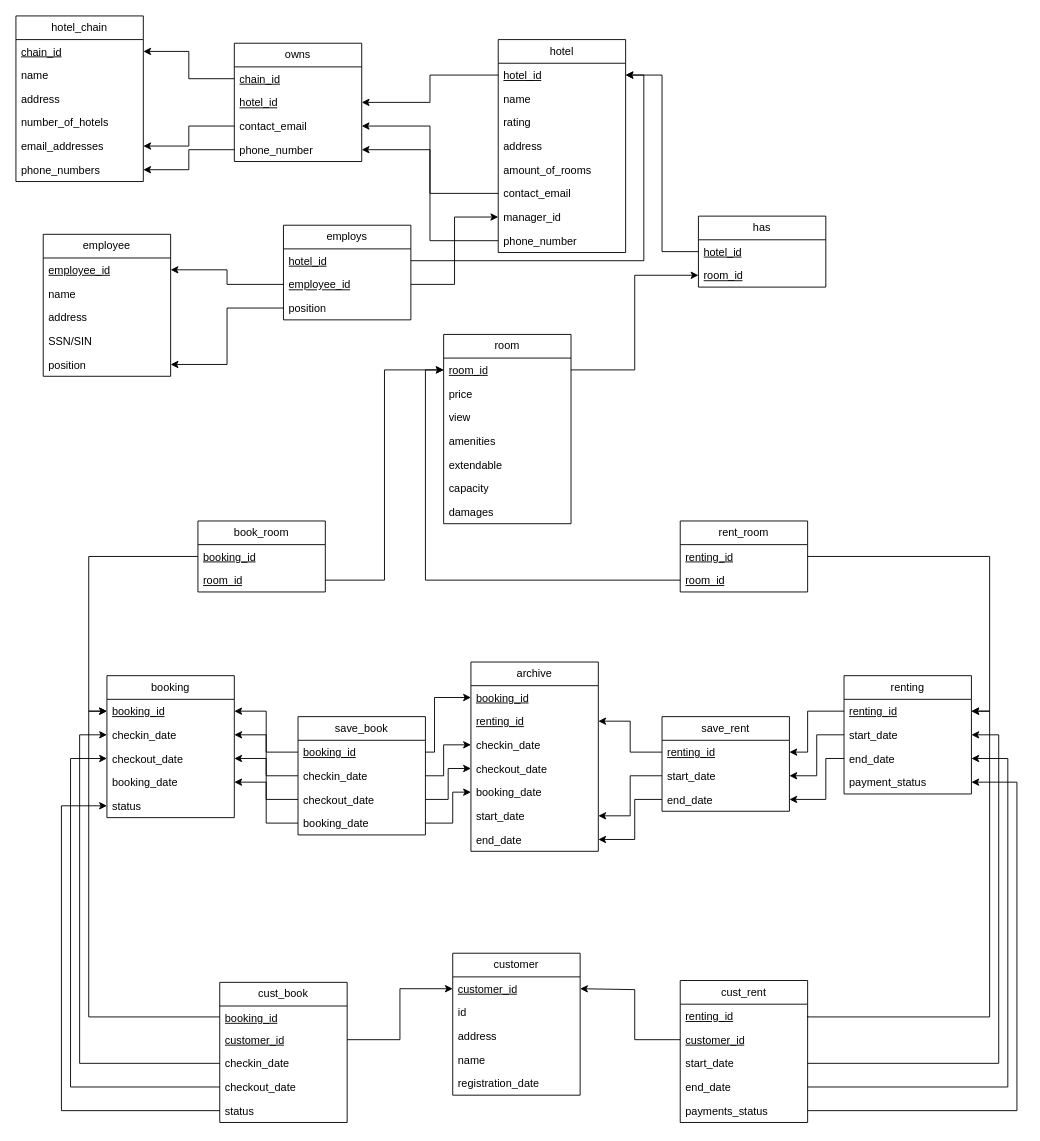
This is CSI2132_Schema.drawio from AlecBaz/CSI2132-Project, a draw.io file, before an edit. Source tidied: cells renumbered, new cells numbered last; positions are measured from the earlier drawing's top-left corner, leaving out a move shared by most shapes. Both pictures are drawn from the tidied source at 91%, with x=0, y=0 at pixel (15, 15).
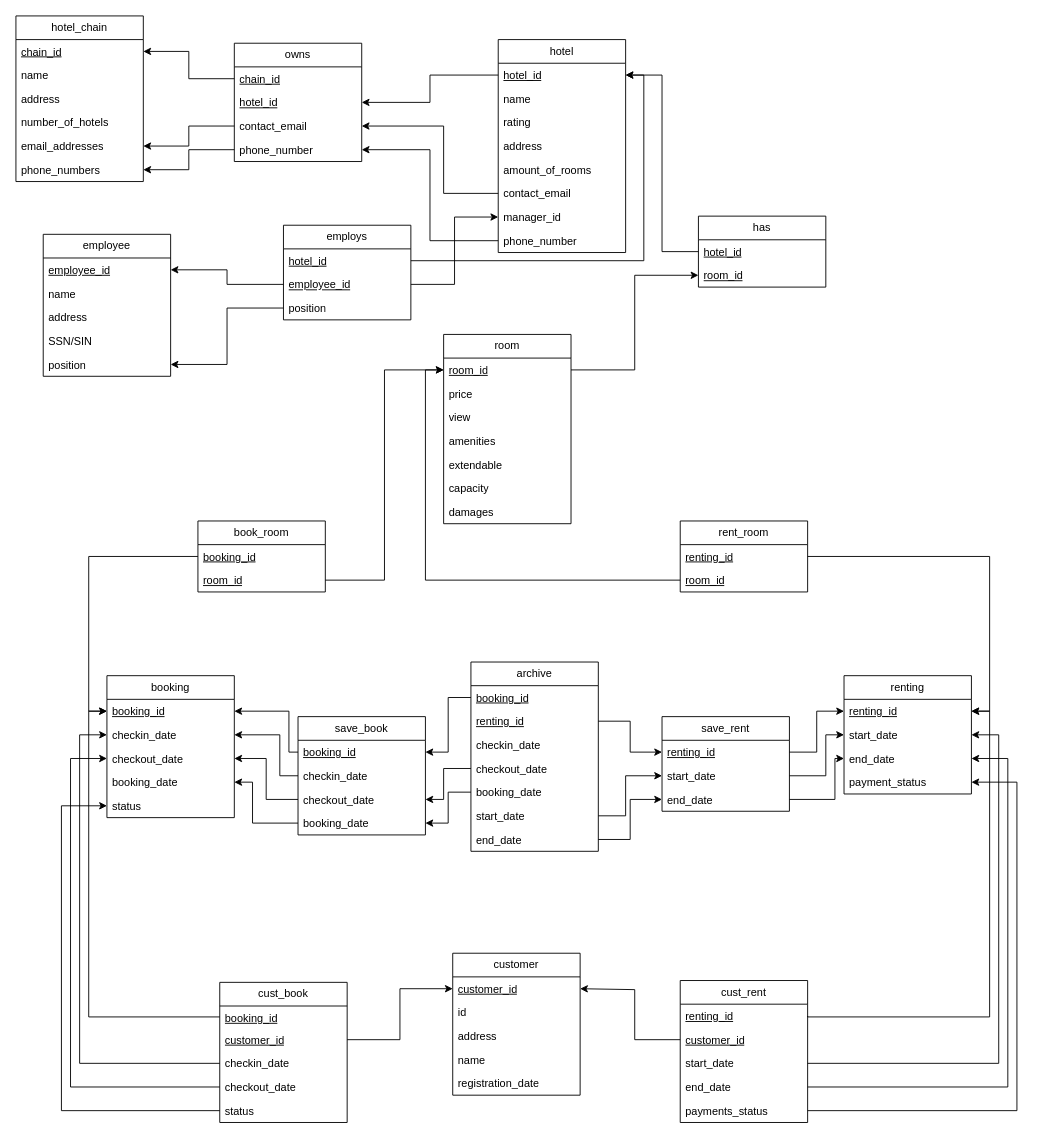
Above is the later version.

Commit message:
Small tweaks to schema

Unchanged cells that the change refers to:
```xml
<mxCell id="12" value="contact_email" style="text;strokeColor=none;fillColor=none;align=left;verticalAlign=top;spacingLeft=4;spacingRight=4;overflow=hidden;points=[[0,0.5],[1,0.5]];portConstraint=eastwest;whiteSpace=wrap;html=1;" parent="9" vertex="1">
  <mxGeometry y="78" width="140" height="26" as="geometry" />
</mxCell>
<mxCell id="20" value="contact_email" style="text;strokeColor=none;fillColor=none;align=left;verticalAlign=top;spacingLeft=4;spacingRight=4;overflow=hidden;points=[[0,0.5],[1,0.5]];portConstraint=eastwest;whiteSpace=wrap;html=1;" parent="14" vertex="1">
  <mxGeometry y="156" width="140" height="26" as="geometry" />
</mxCell>
<mxCell id="51" value="booking_id" style="text;strokeColor=none;fillColor=none;align=left;verticalAlign=top;spacingLeft=4;spacingRight=4;overflow=hidden;points=[[0,0.5],[1,0.5]];portConstraint=eastwest;whiteSpace=wrap;html=1;fontStyle=4;" parent="50" vertex="1">
  <mxGeometry y="26" width="140" height="26" as="geometry" />
</mxCell>
<mxCell id="52" value="renting_id" style="text;strokeColor=none;fillColor=none;align=left;verticalAlign=top;spacingLeft=4;spacingRight=4;overflow=hidden;points=[[0,0.5],[1,0.5]];portConstraint=eastwest;whiteSpace=wrap;html=1;fontStyle=4;" parent="50" vertex="1">
  <mxGeometry y="52" width="140" height="26" as="geometry" />
</mxCell>
<mxCell id="53" value="checkin_date" style="text;strokeColor=none;fillColor=none;align=left;verticalAlign=top;spacingLeft=4;spacingRight=4;overflow=hidden;points=[[0,0.5],[1,0.5]];portConstraint=eastwest;whiteSpace=wrap;html=1;" parent="50" vertex="1">
  <mxGeometry y="78" width="140" height="26" as="geometry" />
</mxCell>
<mxCell id="54" value="checkout_date" style="text;strokeColor=none;fillColor=none;align=left;verticalAlign=top;spacingLeft=4;spacingRight=4;overflow=hidden;points=[[0,0.5],[1,0.5]];portConstraint=eastwest;whiteSpace=wrap;html=1;" parent="50" vertex="1">
  <mxGeometry y="104" width="140" height="26" as="geometry" />
</mxCell>
<mxCell id="55" value="booking_date" style="text;strokeColor=none;fillColor=none;align=left;verticalAlign=top;spacingLeft=4;spacingRight=4;overflow=hidden;points=[[0,0.5],[1,0.5]];portConstraint=eastwest;whiteSpace=wrap;html=1;" parent="50" vertex="1">
  <mxGeometry y="130" width="140" height="26" as="geometry" />
</mxCell>
<mxCell id="56" value="start_date" style="text;strokeColor=none;fillColor=none;align=left;verticalAlign=top;spacingLeft=4;spacingRight=4;overflow=hidden;points=[[0,0.5],[1,0.5]];portConstraint=eastwest;whiteSpace=wrap;html=1;" parent="50" vertex="1">
  <mxGeometry y="156" width="140" height="26" as="geometry" />
</mxCell>
<mxCell id="57" value="end_date" style="text;strokeColor=none;fillColor=none;align=left;verticalAlign=top;spacingLeft=4;spacingRight=4;overflow=hidden;points=[[0,0.5],[1,0.5]];portConstraint=eastwest;whiteSpace=wrap;html=1;" parent="50" vertex="1">
  <mxGeometry y="182" width="140" height="26" as="geometry" />
</mxCell>
<mxCell id="60" value="&lt;u&gt;booking_id&lt;/u&gt;" style="text;strokeColor=none;fillColor=none;align=left;verticalAlign=top;spacingLeft=4;spacingRight=4;overflow=hidden;points=[[0,0.5],[1,0.5]];portConstraint=eastwest;whiteSpace=wrap;html=1;" parent="59" vertex="1">
  <mxGeometry y="26" width="140" height="26" as="geometry" />
</mxCell>
<mxCell id="61" value="&lt;div&gt;checkin_date&lt;/div&gt;" style="text;strokeColor=none;fillColor=none;align=left;verticalAlign=top;spacingLeft=4;spacingRight=4;overflow=hidden;points=[[0,0.5],[1,0.5]];portConstraint=eastwest;whiteSpace=wrap;html=1;" parent="59" vertex="1">
  <mxGeometry y="52" width="140" height="26" as="geometry" />
</mxCell>
<mxCell id="63" value="&lt;div&gt;booking_date&lt;/div&gt;" style="text;strokeColor=none;fillColor=none;align=left;verticalAlign=top;spacingLeft=4;spacingRight=4;overflow=hidden;points=[[0,0.5],[1,0.5]];portConstraint=eastwest;whiteSpace=wrap;html=1;" parent="59" vertex="1">
  <mxGeometry y="104" width="140" height="26" as="geometry" />
</mxCell>
<mxCell id="66" value="&lt;u&gt;renting_id&lt;/u&gt;" style="text;strokeColor=none;fillColor=none;align=left;verticalAlign=top;spacingLeft=4;spacingRight=4;overflow=hidden;points=[[0,0.5],[1,0.5]];portConstraint=eastwest;whiteSpace=wrap;html=1;" parent="65" vertex="1">
  <mxGeometry y="26" width="140" height="26" as="geometry" />
</mxCell>
<mxCell id="67" value="&lt;div&gt;start_date&lt;/div&gt;" style="text;strokeColor=none;fillColor=none;align=left;verticalAlign=top;spacingLeft=4;spacingRight=4;overflow=hidden;points=[[0,0.5],[1,0.5]];portConstraint=eastwest;whiteSpace=wrap;html=1;" parent="65" vertex="1">
  <mxGeometry y="52" width="140" height="26" as="geometry" />
</mxCell>
<mxCell id="68" value="&lt;div&gt;end_date&lt;/div&gt;" style="text;strokeColor=none;fillColor=none;align=left;verticalAlign=top;spacingLeft=4;spacingRight=4;overflow=hidden;points=[[0,0.5],[1,0.5]];portConstraint=eastwest;whiteSpace=wrap;html=1;" parent="65" vertex="1">
  <mxGeometry y="78" width="140" height="26" as="geometry" />
</mxCell>
<mxCell id="108" value="booking_id" style="text;strokeColor=none;fillColor=none;align=left;verticalAlign=top;spacingLeft=4;spacingRight=4;overflow=hidden;points=[[0,0.5],[1,0.5]];portConstraint=eastwest;whiteSpace=wrap;html=1;fontStyle=4;" parent="107" vertex="1">
  <mxGeometry y="26" width="140" height="26" as="geometry" />
</mxCell>
<mxCell id="109" value="checkin_date" style="text;strokeColor=none;fillColor=none;align=left;verticalAlign=top;spacingLeft=4;spacingRight=4;overflow=hidden;points=[[0,0.5],[1,0.5]];portConstraint=eastwest;whiteSpace=wrap;html=1;" parent="107" vertex="1">
  <mxGeometry y="52" width="140" height="26" as="geometry" />
</mxCell>
<mxCell id="110" value="checkout_date" style="text;strokeColor=none;fillColor=none;align=left;verticalAlign=top;spacingLeft=4;spacingRight=4;overflow=hidden;points=[[0,0.5],[1,0.5]];portConstraint=eastwest;whiteSpace=wrap;html=1;" parent="107" vertex="1">
  <mxGeometry y="78" width="140" height="26" as="geometry" />
</mxCell>
<mxCell id="111" value="booking_date" style="text;strokeColor=none;fillColor=none;align=left;verticalAlign=top;spacingLeft=4;spacingRight=4;overflow=hidden;points=[[0,0.5],[1,0.5]];portConstraint=eastwest;whiteSpace=wrap;html=1;" parent="107" vertex="1">
  <mxGeometry y="104" width="140" height="26" as="geometry" />
</mxCell>
<mxCell id="113" value="renting_id" style="text;strokeColor=none;fillColor=none;align=left;verticalAlign=top;spacingLeft=4;spacingRight=4;overflow=hidden;points=[[0,0.5],[1,0.5]];portConstraint=eastwest;whiteSpace=wrap;html=1;fontStyle=4;" parent="112" vertex="1">
  <mxGeometry y="26" width="140" height="26" as="geometry" />
</mxCell>
<mxCell id="114" value="start_date" style="text;strokeColor=none;fillColor=none;align=left;verticalAlign=top;spacingLeft=4;spacingRight=4;overflow=hidden;points=[[0,0.5],[1,0.5]];portConstraint=eastwest;whiteSpace=wrap;html=1;" parent="112" vertex="1">
  <mxGeometry y="52" width="140" height="26" as="geometry" />
</mxCell>
<mxCell id="115" value="end_date" style="text;strokeColor=none;fillColor=none;align=left;verticalAlign=top;spacingLeft=4;spacingRight=4;overflow=hidden;points=[[0,0.5],[1,0.5]];portConstraint=eastwest;whiteSpace=wrap;html=1;" parent="112" vertex="1">
  <mxGeometry y="78" width="140" height="26" as="geometry" />
</mxCell>
```

What changed in the source:
```diff
@@
     <mxCell id="103" style="edgeStyle=orthogonalEdgeStyle;rounded=0;jettySize=auto;html=1;exitX=0;exitY=0.5;exitDx=0;exitDy=0;entryX=1;entryY=0.5;entryDx=0;entryDy=0;" parent="1" edge="1" source="20" target="12">
-      <mxGeometry relative="1" as="geometry" />
+      <mxGeometry relative="1" as="geometry">
+        <Array as="points">
+          <mxPoint x="470" y="195" />
+          <mxPoint x="470" y="121" />
+        </Array>
+      </mxGeometry>
     </mxCell>
@@
     <mxCell id="122" style="edgeStyle=orthogonalEdgeStyle;rounded=0;jettySize=auto;html=1;exitX=0;exitY=0.5;exitDx=0;exitDy=0;entryX=1;entryY=0.5;entryDx=0;entryDy=0;" parent="1" edge="1" source="108" target="60">
-      <mxGeometry relative="1" as="geometry" />
+      <mxGeometry relative="1" as="geometry">
+        <Array as="points">
+          <mxPoint x="300" y="809" />
+          <mxPoint x="300" y="764" />
+        </Array>
+      </mxGeometry>
     </mxCell>
     <mxCell id="123" style="edgeStyle=orthogonalEdgeStyle;rounded=0;jettySize=auto;html=1;exitX=0;exitY=0.5;exitDx=0;exitDy=0;entryX=1;entryY=0.5;entryDx=0;entryDy=0;" parent="1" edge="1" source="109" target="61">
-      <mxGeometry relative="1" as="geometry" />
+      <mxGeometry relative="1" as="geometry">
+        <Array as="points">
+          <mxPoint x="290" y="835" />
+          <mxPoint x="290" y="790" />
+        </Array>
+      </mxGeometry>
     </mxCell>
@@
     <mxCell id="125" style="edgeStyle=orthogonalEdgeStyle;rounded=0;jettySize=auto;html=1;exitX=0;exitY=0.5;exitDx=0;exitDy=0;entryX=1;entryY=0.5;entryDx=0;entryDy=0;" parent="1" edge="1" source="111" target="63">
-      <mxGeometry relative="1" as="geometry" />
+      <mxGeometry relative="1" as="geometry">
+        <Array as="points">
+          <mxPoint x="260" y="887" />
+          <mxPoint x="260" y="842" />
+        </Array>
+      </mxGeometry>
     </mxCell>
-    <mxCell id="126" style="edgeStyle=orthogonalEdgeStyle;rounded=0;jettySize=auto;html=1;exitX=1;exitY=0.5;exitDx=0;exitDy=0;entryX=0;entryY=0.5;entryDx=0;entryDy=0;" parent="1" edge="1" source="108" target="51">
-      <mxGeometry relative="1" as="geometry">
-        <Array as="points">
-          <mxPoint x="460" y="809" />
-          <mxPoint x="460" y="749" />
-        </Array>
-      </mxGeometry>
-    </mxCell>
-    <mxCell id="127" style="edgeStyle=orthogonalEdgeStyle;rounded=0;jettySize=auto;html=1;exitX=1;exitY=0.5;exitDx=0;exitDy=0;entryX=0;entryY=0.5;entryDx=0;entryDy=0;" parent="1" edge="1" source="109" target="53">
-      <mxGeometry relative="1" as="geometry">
-        <Array as="points">
-          <mxPoint x="470" y="835" />
-          <mxPoint x="470" y="801" />
-        </Array>
-      </mxGeometry>
-    </mxCell>
-    <mxCell id="128" style="edgeStyle=orthogonalEdgeStyle;rounded=0;jettySize=auto;html=1;exitX=1;exitY=0.5;exitDx=0;exitDy=0;entryX=0;entryY=0.5;entryDx=0;entryDy=0;" parent="1" edge="1" source="110" target="54">
-      <mxGeometry relative="1" as="geometry" />
-    </mxCell>
-    <mxCell id="129" style="edgeStyle=orthogonalEdgeStyle;rounded=0;jettySize=auto;html=1;exitX=1;exitY=0.5;exitDx=0;exitDy=0;entryX=0;entryY=0.5;entryDx=0;entryDy=0;" parent="1" edge="1" source="111" target="55">
-      <mxGeometry relative="1" as="geometry">
-        <Array as="points">
-          <mxPoint x="480" y="887" />
-          <mxPoint x="480" y="853" />
-        </Array>
-      </mxGeometry>
-    </mxCell>
-    <mxCell id="130" style="edgeStyle=orthogonalEdgeStyle;rounded=0;jettySize=auto;html=1;exitX=0;exitY=0.5;exitDx=0;exitDy=0;entryX=1;entryY=0.5;entryDx=0;entryDy=0;" parent="1" edge="1" source="113" target="52">
-      <mxGeometry relative="1" as="geometry" />
-    </mxCell>
-    <mxCell id="131" style="edgeStyle=orthogonalEdgeStyle;rounded=0;jettySize=auto;html=1;exitX=0;exitY=0.5;exitDx=0;exitDy=0;entryX=1;entryY=0.5;entryDx=0;entryDy=0;" parent="1" edge="1" source="114" target="56">
-      <mxGeometry relative="1" as="geometry" />
-    </mxCell>
-    <mxCell id="132" style="edgeStyle=orthogonalEdgeStyle;rounded=0;jettySize=auto;html=1;exitX=0;exitY=0.5;exitDx=0;exitDy=0;entryX=1;entryY=0.5;entryDx=0;entryDy=0;" parent="1" edge="1" source="115" target="57">
-      <mxGeometry relative="1" as="geometry">
-        <Array as="points">
-          <mxPoint x="680" y="861" />
-          <mxPoint x="680" y="905" />
-        </Array>
-      </mxGeometry>
-    </mxCell>
-    <mxCell id="133" style="edgeStyle=orthogonalEdgeStyle;rounded=0;jettySize=auto;html=1;exitX=0;exitY=0.5;exitDx=0;exitDy=0;entryX=1;entryY=0.5;entryDx=0;entryDy=0;" parent="1" edge="1" source="66" target="113">
-      <mxGeometry relative="1" as="geometry">
-        <Array as="points">
-          <mxPoint x="870" y="764" />
-          <mxPoint x="870" y="809" />
-        </Array>
-      </mxGeometry>
-    </mxCell>
-    <mxCell id="134" style="edgeStyle=orthogonalEdgeStyle;rounded=0;jettySize=auto;html=1;exitX=0;exitY=0.5;exitDx=0;exitDy=0;entryX=1;entryY=0.5;entryDx=0;entryDy=0;" parent="1" edge="1" source="67" target="114">
-      <mxGeometry relative="1" as="geometry" />
-    </mxCell>
-    <mxCell id="135" style="edgeStyle=orthogonalEdgeStyle;rounded=0;jettySize=auto;html=1;exitX=0;exitY=0.5;exitDx=0;exitDy=0;entryX=1;entryY=0.5;entryDx=0;entryDy=0;" parent="1" edge="1" source="68" target="115">
-      <mxGeometry relative="1" as="geometry">
-        <Array as="points">
-          <mxPoint x="890" y="816" />
-          <mxPoint x="890" y="861" />
-        </Array>
-      </mxGeometry>
-    </mxCell>
+    <mxCell id="136" style="edgeStyle=orthogonalEdgeStyle;rounded=0;jettySize=auto;html=1;exitX=0;exitY=0.5;exitDx=0;exitDy=0;entryX=1;entryY=0.5;entryDx=0;entryDy=0;" parent="1" edge="1" source="51" target="108">
+      <mxGeometry relative="1" as="geometry" />
+    </mxCell>
+    <mxCell id="137" style="edgeStyle=orthogonalEdgeStyle;rounded=0;jettySize=auto;html=1;exitX=1;exitY=0.5;exitDx=0;exitDy=0;entryX=0;entryY=0.5;entryDx=0;entryDy=0;" parent="1" edge="1" source="52" target="113">
+      <mxGeometry relative="1" as="geometry" />
+    </mxCell>
+    <mxCell id="138" style="edgeStyle=orthogonalEdgeStyle;rounded=0;jettySize=auto;html=1;exitX=1;exitY=0.5;exitDx=0;exitDy=0;entryX=0;entryY=0.5;entryDx=0;entryDy=0;" parent="1" edge="1" source="57" target="115">
+      <mxGeometry relative="1" as="geometry" />
+    </mxCell>
+    <mxCell id="139" style="edgeStyle=orthogonalEdgeStyle;rounded=0;jettySize=auto;html=1;exitX=1;exitY=0.5;exitDx=0;exitDy=0;entryX=0;entryY=0.5;entryDx=0;entryDy=0;" parent="1" edge="1" source="56" target="114">
+      <mxGeometry relative="1" as="geometry">
+        <Array as="points">
+          <mxPoint x="670" y="879" />
+          <mxPoint x="670" y="835" />
+        </Array>
+      </mxGeometry>
+    </mxCell>
+    <mxCell id="140" style="edgeStyle=orthogonalEdgeStyle;rounded=0;jettySize=auto;html=1;exitX=0;exitY=0.5;exitDx=0;exitDy=0;entryX=1;entryY=0.5;entryDx=0;entryDy=0;" parent="1" edge="1" source="55" target="111">
+      <mxGeometry relative="1" as="geometry" />
+    </mxCell>
+    <mxCell id="141" style="edgeStyle=orthogonalEdgeStyle;rounded=0;jettySize=auto;html=1;exitX=0;exitY=0.5;exitDx=0;exitDy=0;entryX=1;entryY=0.5;entryDx=0;entryDy=0;" parent="1" edge="1" source="54" target="110">
+      <mxGeometry relative="1" as="geometry">
+        <Array as="points">
+          <mxPoint x="470" y="827" />
+          <mxPoint x="470" y="861" />
+        </Array>
+      </mxGeometry>
+    </mxCell>
+    <mxCell id="142" style="edgeStyle=orthogonalEdgeStyle;rounded=0;jettySize=auto;html=1;exitX=1;exitY=0.5;exitDx=0;exitDy=0;entryX=0;entryY=0.5;entryDx=0;entryDy=0;" parent="1" edge="1" source="113" target="66">
+      <mxGeometry relative="1" as="geometry" />
+    </mxCell>
+    <mxCell id="143" style="edgeStyle=orthogonalEdgeStyle;rounded=0;jettySize=auto;html=1;exitX=1;exitY=0.5;exitDx=0;exitDy=0;entryX=0;entryY=0.5;entryDx=0;entryDy=0;" parent="1" edge="1" source="114" target="67">
+      <mxGeometry relative="1" as="geometry">
+        <Array as="points">
+          <mxPoint x="890" y="835" />
+          <mxPoint x="890" y="790" />
+        </Array>
+      </mxGeometry>
+    </mxCell>
+    <mxCell id="144" style="edgeStyle=orthogonalEdgeStyle;rounded=0;jettySize=auto;html=1;exitX=1;exitY=0.5;exitDx=0;exitDy=0;entryX=0;entryY=0.5;entryDx=0;entryDy=0;" parent="1" edge="1" source="115" target="68">
+      <mxGeometry relative="1" as="geometry">
+        <Array as="points">
+          <mxPoint x="900" y="861" />
+          <mxPoint x="900" y="816" />
+        </Array>
+      </mxGeometry>
+    </mxCell>
```
